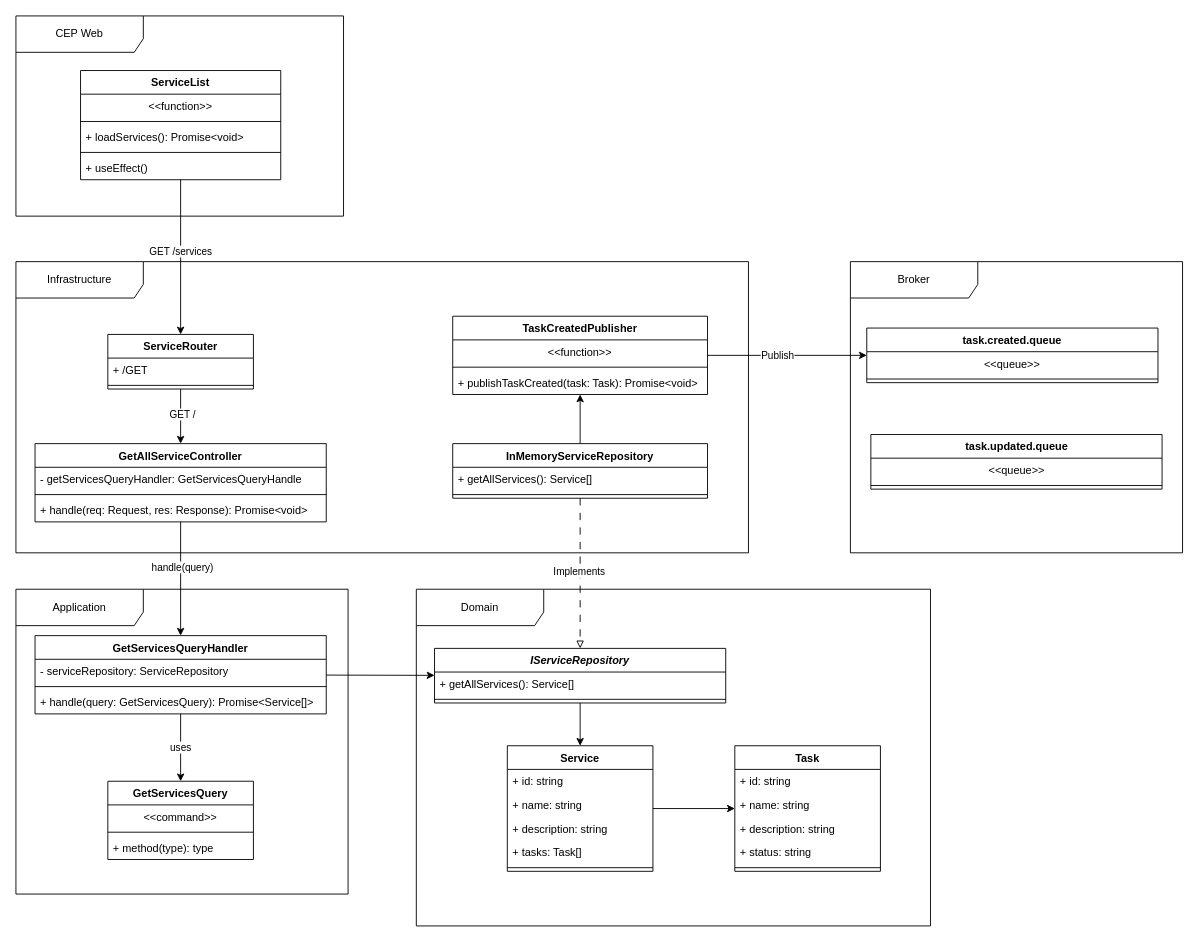
Earlier version of the draw.io diagram apps/server/src/application/use-cases/get-services/get-services.drawio (acaballeroes/socketio). Source tidied: cells renumbered, new cells numbered last; positions are measured from the earlier drawing's top-left corner, leaving out a move shared by most shapes. Both pictures are drawn from the tidied source at 91%, with x=0, y=0 at pixel (15, 15).
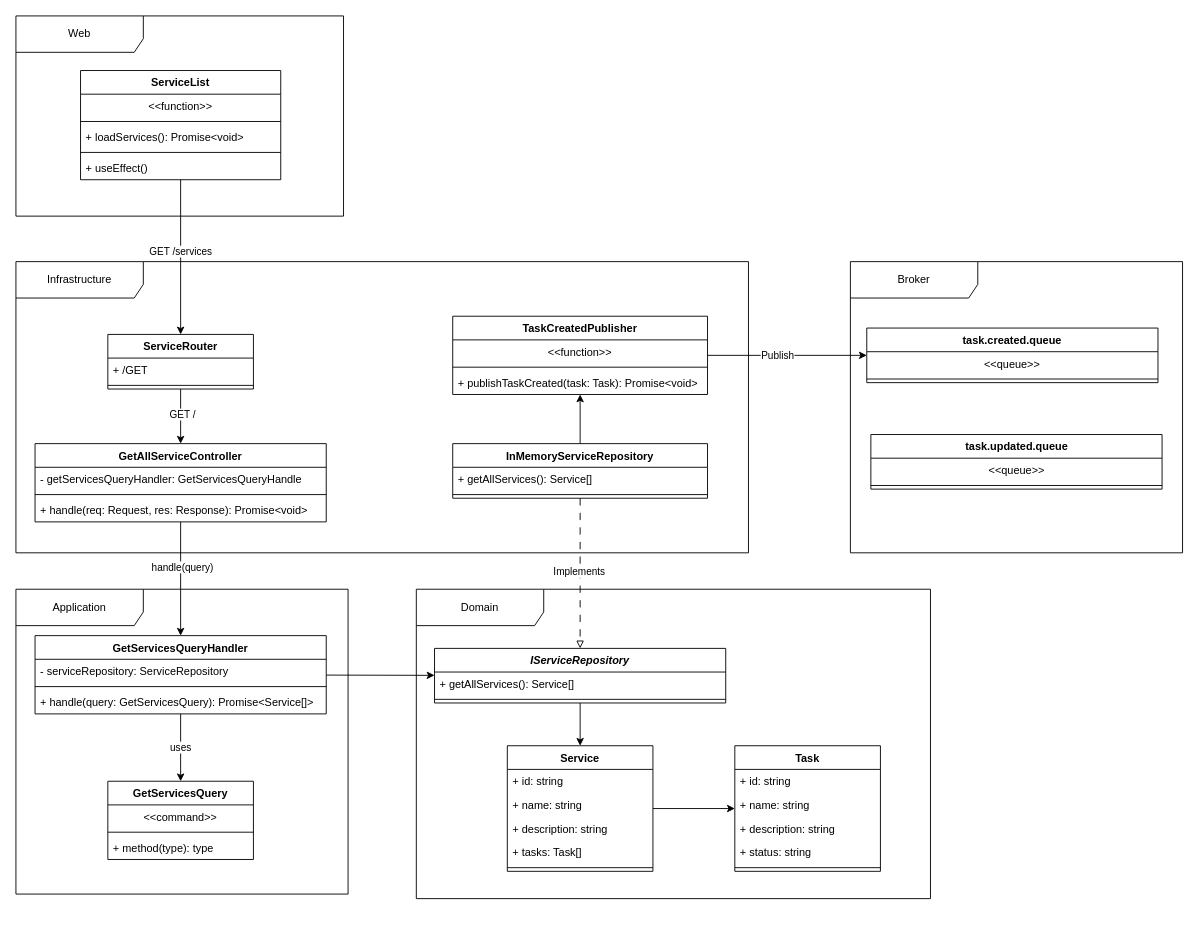
After the change.

Commit message:
fix: update diagram labels and dimensions in get-services.drawio for clarity

The edit, as a diff of the source:
```diff
@@
-    <mxCell id="34" value="CEP Web" style="shape=umlFrame;whiteSpace=wrap;html=1;width=140;height=40;" parent="1" vertex="1">
+    <mxCell id="34" value="Web" style="shape=umlFrame;whiteSpace=wrap;html=1;width=140;height=40;" parent="1" vertex="1">
       <mxGeometry width="360" height="220" as="geometry" />
     </mxCell>
@@
     <mxCell id="41" value="Domain" style="shape=umlFrame;whiteSpace=wrap;html=1;width=140;height=40;" parent="1" vertex="1">
-      <mxGeometry x="440" y="630" width="565" height="370" as="geometry" />
+      <mxGeometry x="440" y="630" width="565" height="340" as="geometry" />
     </mxCell>
```
